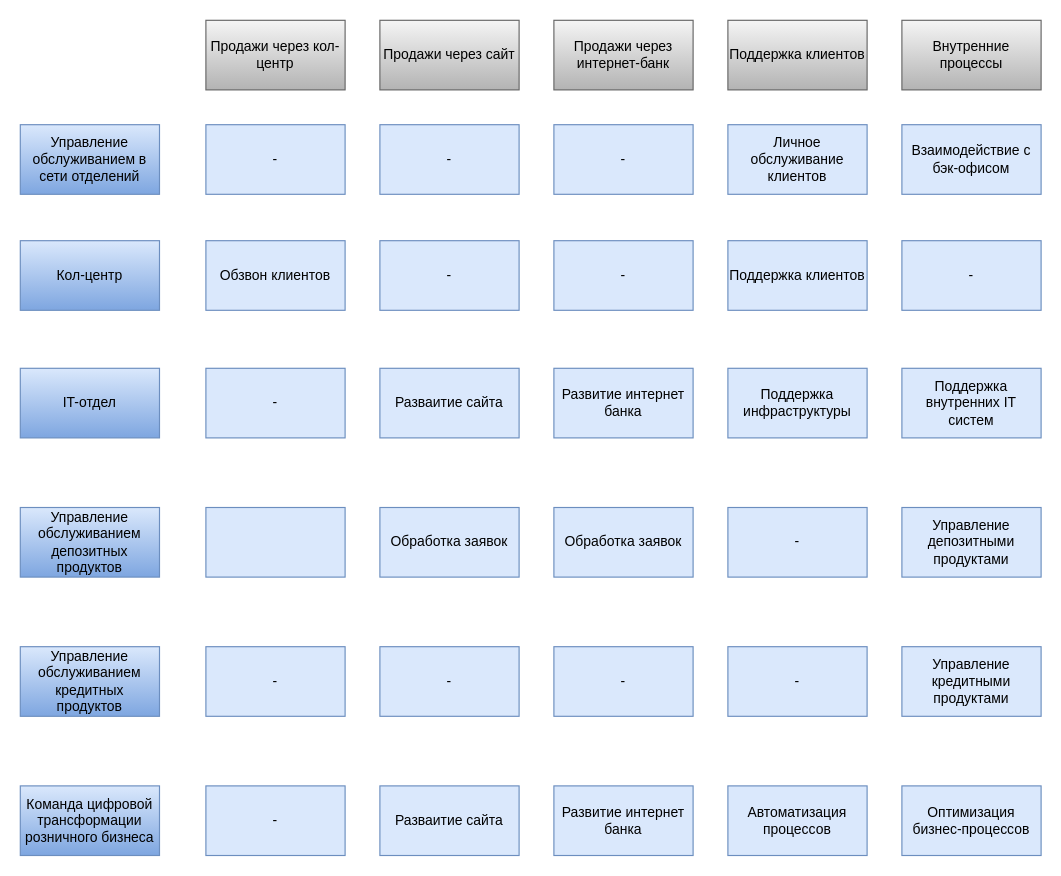
Before: sprint9/Exc1/Карта_текущего_IT-ландшафта.drawio in vladis62/yandex-asoftware-architect, a draw.io diagram. Source tidied: cells renumbered, new cells numbered last; positions are measured from the earlier drawing's top-left corner, leaving out a move shared by most shapes. Both pictures are drawn from the tidied source at 116%, with x=0, y=0 at pixel (20, 20).
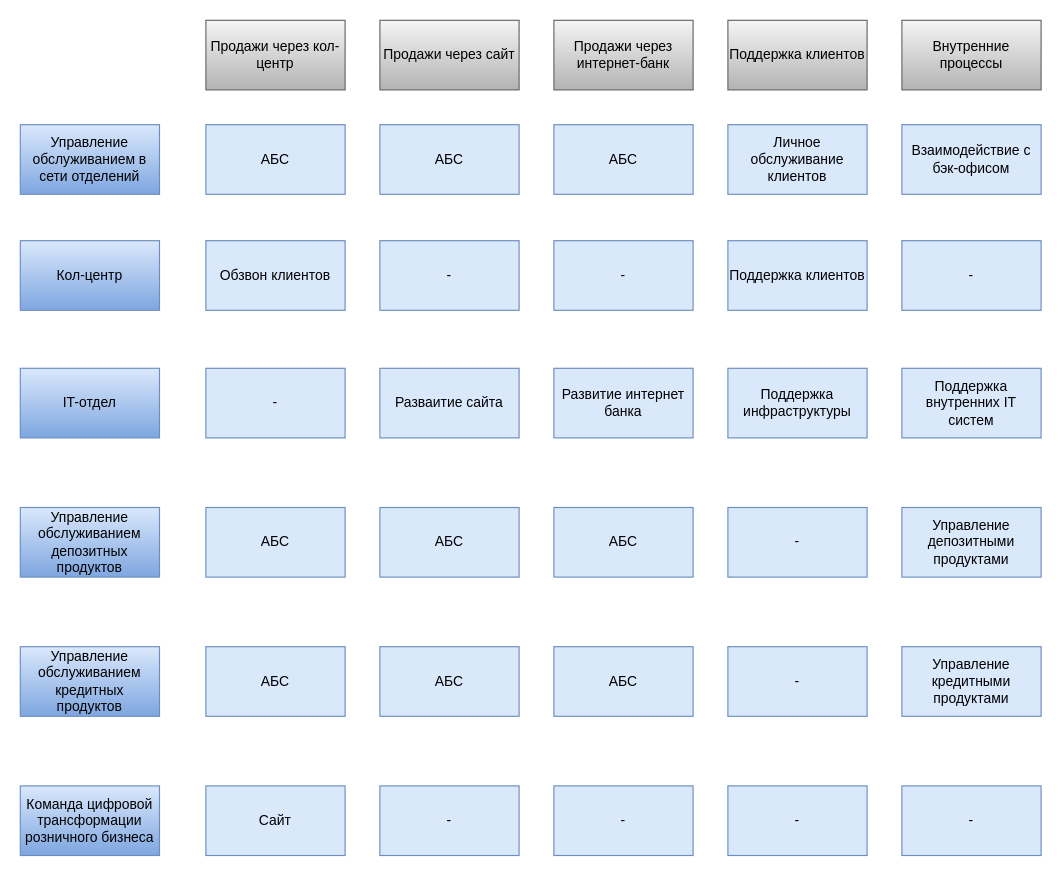
After the change.

The edit, as a diff of the source:
```diff
@@
-    <mxCell id="8" value="-" style="rounded=0;whiteSpace=wrap;html=1;fillColor=#dae8fc;strokeColor=#6c8ebf;" parent="1" vertex="1">
+    <mxCell id="8" value="АБС" style="rounded=0;whiteSpace=wrap;html=1;fillColor=#dae8fc;strokeColor=#6c8ebf;" parent="1" vertex="1">
       <mxGeometry x="160" y="90" width="120" height="60" as="geometry" />
     </mxCell>
@@
-    <mxCell id="11" style="rounded=0;whiteSpace=wrap;html=1;fillColor=#dae8fc;strokeColor=#6c8ebf;" parent="1" vertex="1">
+    <mxCell id="11" value="АБС" style="rounded=0;whiteSpace=wrap;html=1;fillColor=#dae8fc;strokeColor=#6c8ebf;" parent="1" vertex="1">
       <mxGeometry x="160" y="420" width="120" height="60" as="geometry" />
     </mxCell>
-    <mxCell id="12" value="-" style="rounded=0;whiteSpace=wrap;html=1;fillColor=#dae8fc;strokeColor=#6c8ebf;" parent="1" vertex="1">
+    <mxCell id="12" value="АБС" style="rounded=0;whiteSpace=wrap;html=1;fillColor=#dae8fc;strokeColor=#6c8ebf;" parent="1" vertex="1">
       <mxGeometry x="160" y="540" width="120" height="60" as="geometry" />
     </mxCell>
-    <mxCell id="13" value="-" style="rounded=0;whiteSpace=wrap;html=1;fillColor=#dae8fc;strokeColor=#6c8ebf;" parent="1" vertex="1">
+    <mxCell id="13" value="Сайт" style="rounded=0;whiteSpace=wrap;html=1;fillColor=#dae8fc;strokeColor=#6c8ebf;" parent="1" vertex="1">
       <mxGeometry x="160" y="660" width="120" height="60" as="geometry" />
     </mxCell>
@@
-    <mxCell id="19" value="-" style="rounded=0;whiteSpace=wrap;html=1;fillColor=#dae8fc;strokeColor=#6c8ebf;" parent="1" vertex="1">
+    <mxCell id="19" value="АБС" style="rounded=0;whiteSpace=wrap;html=1;fillColor=#dae8fc;strokeColor=#6c8ebf;" parent="1" vertex="1">
       <mxGeometry x="310" y="90" width="120" height="60" as="geometry" />
     </mxCell>
@@
-    <mxCell id="22" value="Обработка заявок" style="rounded=0;whiteSpace=wrap;html=1;fillColor=#dae8fc;strokeColor=#6c8ebf;" parent="1" vertex="1">
+    <mxCell id="22" value="АБС" style="rounded=0;whiteSpace=wrap;html=1;fillColor=#dae8fc;strokeColor=#6c8ebf;" parent="1" vertex="1">
       <mxGeometry x="310" y="420" width="120" height="60" as="geometry" />
     </mxCell>
-    <mxCell id="23" value="-" style="rounded=0;whiteSpace=wrap;html=1;fillColor=#dae8fc;strokeColor=#6c8ebf;" parent="1" vertex="1">
+    <mxCell id="23" value="АБС" style="rounded=0;whiteSpace=wrap;html=1;fillColor=#dae8fc;strokeColor=#6c8ebf;" parent="1" vertex="1">
       <mxGeometry x="310" y="540" width="120" height="60" as="geometry" />
     </mxCell>
-    <mxCell id="24" value="Разваитие сайта" style="rounded=0;whiteSpace=wrap;html=1;fillColor=#dae8fc;strokeColor=#6c8ebf;" parent="1" vertex="1">
+    <mxCell id="24" value="-" style="rounded=0;whiteSpace=wrap;html=1;fillColor=#dae8fc;strokeColor=#6c8ebf;" parent="1" vertex="1">
       <mxGeometry x="310" y="660" width="120" height="60" as="geometry" />
     </mxCell>
-    <mxCell id="25" value="-" style="rounded=0;whiteSpace=wrap;html=1;fillColor=#dae8fc;strokeColor=#6c8ebf;" parent="1" vertex="1">
+    <mxCell id="25" value="АБС" style="rounded=0;whiteSpace=wrap;html=1;fillColor=#dae8fc;strokeColor=#6c8ebf;" parent="1" vertex="1">
       <mxGeometry x="460" y="90" width="120" height="60" as="geometry" />
     </mxCell>
@@
-    <mxCell id="28" value="Обработка заявок" style="rounded=0;whiteSpace=wrap;html=1;fillColor=#dae8fc;strokeColor=#6c8ebf;" parent="1" vertex="1">
+    <mxCell id="28" value="АБС" style="rounded=0;whiteSpace=wrap;html=1;fillColor=#dae8fc;strokeColor=#6c8ebf;" parent="1" vertex="1">
       <mxGeometry x="460" y="420" width="120" height="60" as="geometry" />
     </mxCell>
-    <mxCell id="29" value="-" style="rounded=0;whiteSpace=wrap;html=1;fillColor=#dae8fc;strokeColor=#6c8ebf;" parent="1" vertex="1">
+    <mxCell id="29" value="АБС" style="rounded=0;whiteSpace=wrap;html=1;fillColor=#dae8fc;strokeColor=#6c8ebf;" parent="1" vertex="1">
       <mxGeometry x="460" y="540" width="120" height="60" as="geometry" />
     </mxCell>
-    <mxCell id="30" value="Развитие интернет банка" style="rounded=0;whiteSpace=wrap;html=1;fillColor=#dae8fc;strokeColor=#6c8ebf;" parent="1" vertex="1">
+    <mxCell id="30" value="-" style="rounded=0;whiteSpace=wrap;html=1;fillColor=#dae8fc;strokeColor=#6c8ebf;" parent="1" vertex="1">
       <mxGeometry x="460" y="660" width="120" height="60" as="geometry" />
     </mxCell>
@@
-    <mxCell id="36" value="Автоматизация процессов" style="rounded=0;whiteSpace=wrap;html=1;fillColor=#dae8fc;strokeColor=#6c8ebf;" parent="1" vertex="1">
+    <mxCell id="36" value="-" style="rounded=0;whiteSpace=wrap;html=1;fillColor=#dae8fc;strokeColor=#6c8ebf;" parent="1" vertex="1">
       <mxGeometry x="610" y="660" width="120" height="60" as="geometry" />
     </mxCell>
@@
-    <mxCell id="42" value="Оптимизация бизнес-процессов" style="rounded=0;whiteSpace=wrap;html=1;fillColor=#dae8fc;strokeColor=#6c8ebf;" parent="1" vertex="1">
+    <mxCell id="42" value="-" style="rounded=0;whiteSpace=wrap;html=1;fillColor=#dae8fc;strokeColor=#6c8ebf;" parent="1" vertex="1">
       <mxGeometry x="760" y="660" width="120" height="60" as="geometry" />
     </mxCell>
```
